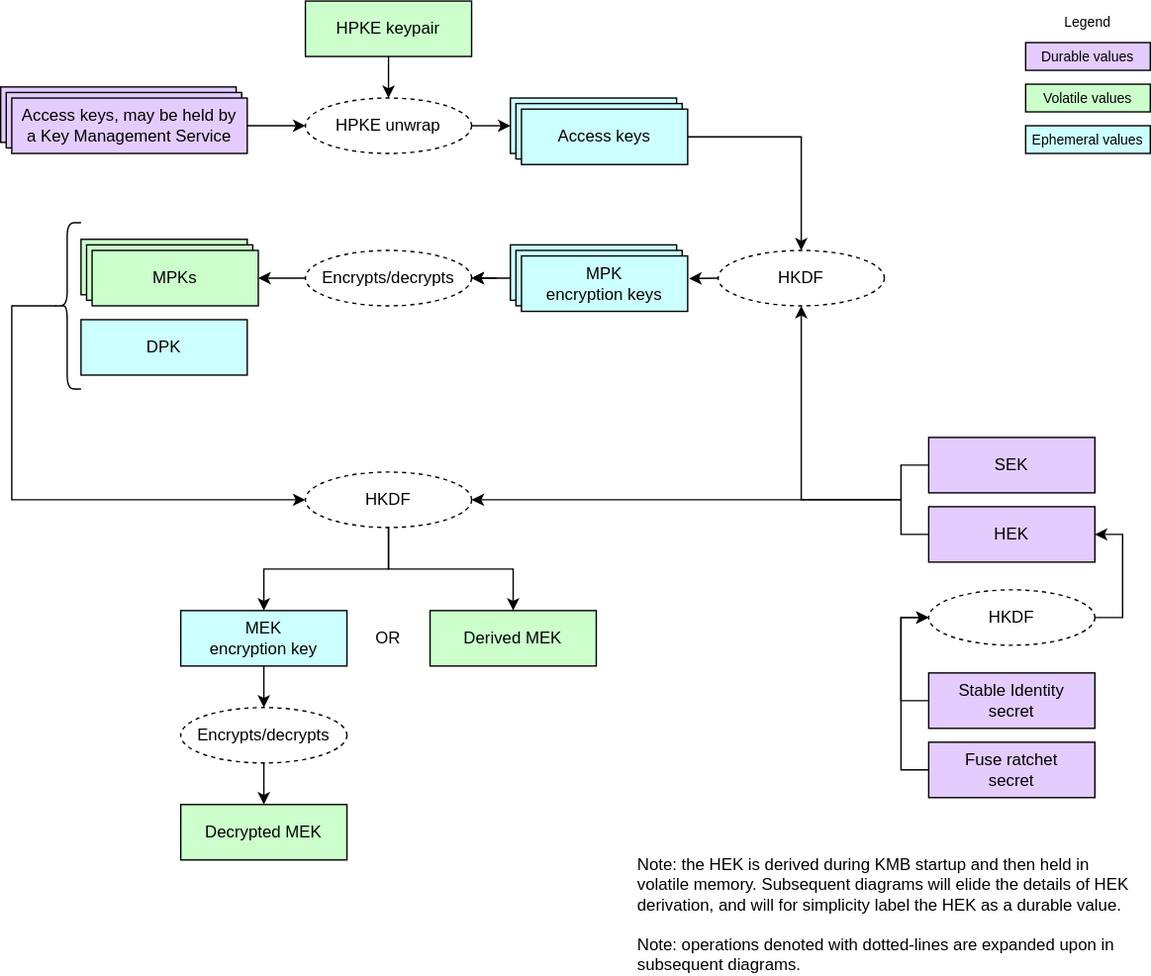
Above: doc/ocp_lock/diagrams/key_hierarchy.drawio.svg in chipsalliance/Caliptra (draw.io), before the change. Source tidied: cells renumbered, new cells last; positions are measured from the earlier drawing's top-left corner, leaving out a move shared by most shapes.
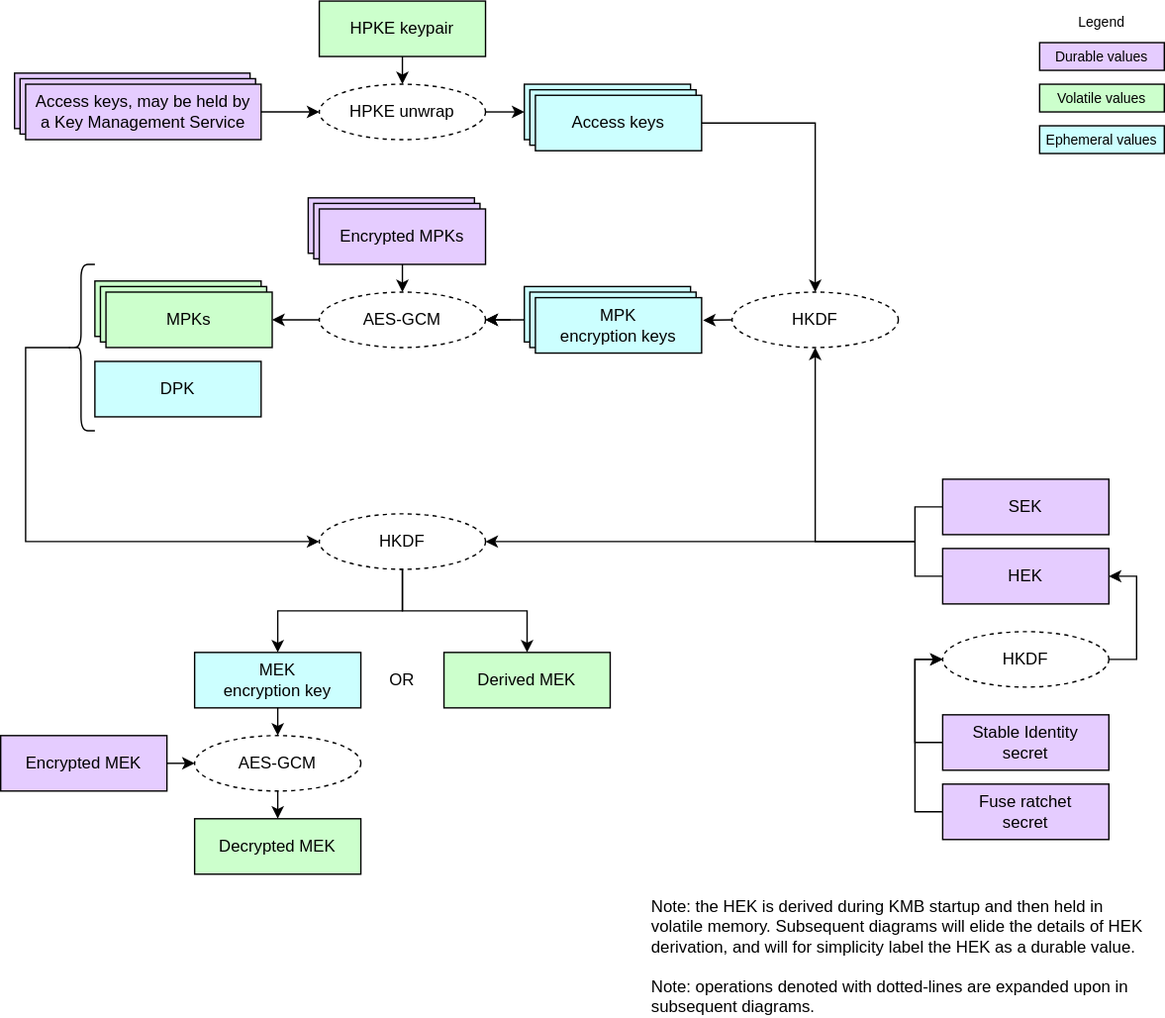
The same diagram one commit later.

Commit message:
Add encrypted keys to the key hierarchy diagram.

Diff of the diagram source:
```diff
@@ -9,10 +9,10 @@
       <mxGeometry x="368" y="176" width="120" height="40" as="geometry" />
     </mxCell>
     <mxCell id="4" value="&lt;div&gt;&lt;font color=&quot;#000000&quot;&gt;Access keys, may be held by Key Management Service&lt;/font&gt;&lt;/div&gt;" style="rounded=0;whiteSpace=wrap;html=1;align=center;verticalAlign=middle;shadow=0;glass=0;spacingLeft=0;spacingBottom=0;spacingTop=0;fillColor=#E5CCFF;" parent="1" vertex="1">
-      <mxGeometry y="62" width="170" height="40" as="geometry" />
+      <mxGeometry y="22" width="170" height="40" as="geometry" />
     </mxCell>
     <mxCell id="5" value="&lt;div&gt;&lt;font color=&quot;#000000&quot;&gt;Access keys, may be held by Key Management Service&lt;/font&gt;&lt;/div&gt;" style="rounded=0;whiteSpace=wrap;html=1;align=center;verticalAlign=middle;shadow=0;glass=0;spacingLeft=0;spacingBottom=0;spacingTop=0;fillColor=#E5CCFF;" parent="1" vertex="1">
-      <mxGeometry x="4" y="66" width="170" height="40" as="geometry" />
+      <mxGeometry x="4" y="26" width="170" height="40" as="geometry" />
     </mxCell>
     <mxCell id="6" value="SEK" style="rounded=0;whiteSpace=wrap;html=1;align=center;verticalAlign=middle;shadow=0;glass=0;spacingLeft=0;spacingBottom=0;spacingTop=0;fillColor=#E5CCFF;" parent="1" vertex="1">
       <mxGeometry x="670" y="315" width="120" height="40" as="geometry" />
@@ -26,12 +26,12 @@
       <mxGeometry x="372" y="180" width="120" height="40" as="geometry" />
     </mxCell>
     <mxCell id="9" value="&lt;div&gt;&lt;font color=&quot;#000000&quot;&gt;Access keys&lt;/font&gt;&lt;/div&gt;" style="rounded=0;whiteSpace=wrap;html=1;align=center;verticalAlign=middle;shadow=0;glass=0;spacingLeft=0;spacingBottom=0;spacingTop=0;fillColor=#CCFFFF;" parent="1" vertex="1">
-      <mxGeometry x="368" y="70" width="120" height="40" as="geometry" />
+      <mxGeometry x="368" y="30" width="120" height="40" as="geometry" />
     </mxCell>
     <mxCell id="10" value="HKDF" style="ellipse;whiteSpace=wrap;html=1;fillColor=#FFFFFF;dashed=1;" parent="1" vertex="1">
       <mxGeometry x="518" y="180" width="120" height="40" as="geometry" />
     </mxCell>
-    <mxCell id="11" value="Encrypts/decrypts" style="ellipse;whiteSpace=wrap;html=1;fillColor=#FFFFFF;dashed=1;" parent="1" vertex="1">
+    <mxCell id="11" value="&lt;span style=&quot;color: rgb(0, 0, 0);&quot;&gt;AES-GCM&lt;/span&gt;" style="ellipse;whiteSpace=wrap;html=1;fillColor=#FFFFFF;dashed=1;" parent="1" vertex="1">
       <mxGeometry x="220" y="180" width="120" height="40" as="geometry" />
     </mxCell>
     <mxCell id="12" style="endArrow=classic;html=1;exitX=0;exitY=0.5;exitDx=0;exitDy=0;entryX=1.009;entryY=0.408;entryDx=0;entryDy=0;entryPerimeter=0;endSize=6;startSize=6;" parent="1" edge="1" source="10" target="36">
@@ -44,10 +44,10 @@
       <mxGeometry relative="1" as="geometry" />
     </mxCell>
     <mxCell id="15" value="&lt;div&gt;&lt;font color=&quot;#000000&quot;&gt;HPKE keypair&lt;/font&gt;&lt;/div&gt;" style="rounded=0;whiteSpace=wrap;html=1;align=center;verticalAlign=middle;shadow=0;glass=0;spacingLeft=0;spacingBottom=0;spacingTop=0;fillColor=#CCFFCC;" parent="1" vertex="1">
-      <mxGeometry x="220" width="120" height="40" as="geometry" />
+      <mxGeometry x="220" y="-30" width="120" height="40" as="geometry" />
     </mxCell>
     <mxCell id="16" value="HPKE unwrap" style="ellipse;whiteSpace=wrap;html=1;fillColor=#FFFFFF;dashed=1;" parent="1" vertex="1">
-      <mxGeometry x="220" y="70" width="120" height="40" as="geometry" />
+      <mxGeometry x="220" y="30" width="120" height="40" as="geometry" />
     </mxCell>
     <mxCell id="17" style="endArrow=classic;html=1;rounded=0;endSize=6;startSize=6;exitX=0.5;exitY=1;exitDx=0;exitDy=0;entryX=0.5;entryY=0;entryDx=0;entryDy=0;" parent="1" edge="1" source="15" target="16">
       <mxGeometry relative="1" as="geometry" />
@@ -59,19 +59,19 @@
       <mxGeometry relative="1" as="geometry" />
     </mxCell>
     <mxCell id="20" value="&lt;div&gt;&lt;font color=&quot;#000000&quot;&gt;Access keys, may be held by&lt;/font&gt;&lt;/div&gt;&lt;div&gt;&lt;font color=&quot;#000000&quot;&gt;a Key Management Service&lt;/font&gt;&lt;/div&gt;" style="rounded=0;whiteSpace=wrap;html=1;align=center;verticalAlign=middle;shadow=0;glass=0;spacingLeft=0;spacingBottom=0;spacingTop=0;fillColor=#E5CCFF;" parent="1" vertex="1">
-      <mxGeometry x="8" y="70" width="170" height="40" as="geometry" />
+      <mxGeometry x="8" y="30" width="170" height="40" as="geometry" />
     </mxCell>
     <mxCell id="21" value="&lt;div&gt;&lt;font color=&quot;#000000&quot;&gt;Durable values&lt;/font&gt;&lt;/div&gt;" style="rounded=0;whiteSpace=wrap;html=1;align=center;verticalAlign=middle;shadow=0;glass=0;spacingLeft=0;spacingBottom=0;spacingTop=0;fillColor=#E5CCFF;fontSize=10;" parent="1" vertex="1">
-      <mxGeometry x="740" y="30" width="90" height="20" as="geometry" />
+      <mxGeometry x="740" width="90" height="20" as="geometry" />
     </mxCell>
     <mxCell id="22" value="&lt;div&gt;&lt;font color=&quot;#000000&quot;&gt;Volatile values&lt;/font&gt;&lt;/div&gt;" style="rounded=0;whiteSpace=wrap;html=1;align=center;verticalAlign=middle;shadow=0;glass=0;spacingLeft=0;spacingBottom=0;spacingTop=0;fillColor=#CCFFCC;fontSize=10;" parent="1" vertex="1">
-      <mxGeometry x="740" y="60" width="90" height="20" as="geometry" />
+      <mxGeometry x="740" y="30" width="90" height="20" as="geometry" />
     </mxCell>
     <mxCell id="23" value="Legend" style="text;strokeColor=none;align=center;fillColor=none;html=1;verticalAlign=middle;whiteSpace=wrap;rounded=0;fontSize=10;" parent="1" vertex="1">
-      <mxGeometry x="755" width="60" height="30" as="geometry" />
+      <mxGeometry x="755" y="-30" width="60" height="30" as="geometry" />
     </mxCell>
     <mxCell id="24" value="&lt;div&gt;&lt;font color=&quot;#000000&quot;&gt;Ephemeral values&lt;/font&gt;&lt;/div&gt;" style="rounded=0;whiteSpace=wrap;html=1;align=center;verticalAlign=middle;shadow=0;glass=0;spacingLeft=0;spacingBottom=0;spacingTop=0;fillColor=#CCFFFF;fontSize=10;" parent="1" vertex="1">
-      <mxGeometry x="740" y="90" width="90" height="20" as="geometry" />
+      <mxGeometry x="740" y="60" width="90" height="20" as="geometry" />
     </mxCell>
     <mxCell id="25" style="rounded=0;whiteSpace=wrap;html=1;align=center;verticalAlign=middle;shadow=0;glass=0;spacingLeft=0;spacingBottom=0;spacingTop=0;fillColor=#CCFFCC;" parent="1" vertex="1">
       <mxGeometry x="58" y="172" width="120" height="40" as="geometry" />
@@ -106,10 +106,10 @@
       <mxGeometry relative="1" as="geometry" />
     </mxCell>
     <mxCell id="34" value="&lt;div&gt;&lt;font color=&quot;#000000&quot;&gt;Access keys&lt;/font&gt;&lt;/div&gt;" style="rounded=0;whiteSpace=wrap;html=1;align=center;verticalAlign=middle;shadow=0;glass=0;spacingLeft=0;spacingBottom=0;spacingTop=0;fillColor=#CCFFFF;" parent="1" vertex="1">
-      <mxGeometry x="372" y="74" width="120" height="40" as="geometry" />
+      <mxGeometry x="372" y="34" width="120" height="40" as="geometry" />
     </mxCell>
     <mxCell id="35" value="&lt;div&gt;&lt;font color=&quot;#000000&quot;&gt;Access keys&lt;/font&gt;&lt;/div&gt;" style="rounded=0;whiteSpace=wrap;html=1;align=center;verticalAlign=middle;shadow=0;glass=0;spacingLeft=0;spacingBottom=0;spacingTop=0;fillColor=#CCFFFF;" parent="1" vertex="1">
-      <mxGeometry x="376" y="78" width="120" height="40" as="geometry" />
+      <mxGeometry x="376" y="38" width="120" height="40" as="geometry" />
     </mxCell>
     <mxCell id="36" value="&lt;div&gt;&lt;font color=&quot;#000000&quot;&gt;MPK&lt;/font&gt;&lt;/div&gt;&lt;div&gt;&lt;font color=&quot;#000000&quot;&gt;encryption keys&lt;/font&gt;&lt;/div&gt;" style="rounded=0;whiteSpace=wrap;html=1;align=center;verticalAlign=middle;shadow=0;glass=0;spacingLeft=0;spacingBottom=0;spacingTop=0;fillColor=#CCFFFF;" parent="1" vertex="1">
       <mxGeometry x="376" y="184" width="120" height="40" as="geometry" />
@@ -175,13 +175,13 @@
       </mxGeometry>
     </mxCell>
     <mxCell id="48" value="Decrypted MEK" style="rounded=0;whiteSpace=wrap;html=1;align=center;verticalAlign=middle;shadow=0;glass=0;spacingLeft=0;spacingBottom=0;spacingTop=0;fillColor=#CCFFCC;" parent="1" vertex="1">
-      <mxGeometry x="130" y="580" width="120" height="40" as="geometry" />
+      <mxGeometry x="130" y="560" width="120" height="40" as="geometry" />
     </mxCell>
     <mxCell id="49" style="edgeStyle=none;html=1;endSize=6;startSize=6;exitX=0.5;exitY=1;exitDx=0;exitDy=0;" parent="1" edge="1" source="30" target="50">
       <mxGeometry relative="1" as="geometry" />
     </mxCell>
-    <mxCell id="50" value="Encrypts/decrypts" style="ellipse;whiteSpace=wrap;html=1;fillColor=#FFFFFF;dashed=1;" parent="1" vertex="1">
-      <mxGeometry x="130" y="510" width="120" height="40" as="geometry" />
+    <mxCell id="50" value="AES-GCM" style="ellipse;whiteSpace=wrap;html=1;fillColor=#FFFFFF;dashed=1;" parent="1" vertex="1">
+      <mxGeometry x="130" y="500" width="120" height="40" as="geometry" />
     </mxCell>
     <mxCell id="51" style="endArrow=classic;html=1;exitX=0.5;exitY=1;exitDx=0;exitDy=0;entryX=0.5;entryY=0;entryDx=0;entryDy=0;endSize=6;startSize=6;" parent="1" edge="1" source="50" target="48">
       <mxGeometry relative="1" as="geometry" />
@@ -198,5 +198,23 @@
         </Array>
       </mxGeometry>
     </mxCell>
+    <mxCell id="54" style="edgeStyle=none;html=1;exitX=1;exitY=0.5;exitDx=0;exitDy=0;entryX=0;entryY=0.5;entryDx=0;entryDy=0;" parent="1" edge="1" source="55" target="50">
+      <mxGeometry relative="1" as="geometry" />
+    </mxCell>
+    <mxCell id="55" value="Encrypted MEK" style="rounded=0;whiteSpace=wrap;html=1;align=center;verticalAlign=middle;shadow=0;glass=0;spacingLeft=0;spacingBottom=0;spacingTop=0;fillColor=#E5CCFF;" parent="1" vertex="1">
+      <mxGeometry x="-10" y="500" width="120" height="40" as="geometry" />
+    </mxCell>
+    <mxCell id="56" style="rounded=0;whiteSpace=wrap;html=1;align=center;verticalAlign=middle;shadow=0;glass=0;spacingLeft=0;spacingBottom=0;spacingTop=0;fillColor=#E5CCFF;" parent="1" vertex="1">
+      <mxGeometry x="212" y="112" width="120" height="40" as="geometry" />
+    </mxCell>
+    <mxCell id="57" style="rounded=0;whiteSpace=wrap;html=1;align=center;verticalAlign=middle;shadow=0;glass=0;spacingLeft=0;spacingBottom=0;spacingTop=0;fillColor=#E5CCFF;" parent="1" vertex="1">
+      <mxGeometry x="216" y="116" width="120" height="40" as="geometry" />
+    </mxCell>
+    <mxCell id="58" style="edgeStyle=none;html=1;exitX=0.5;exitY=1;exitDx=0;exitDy=0;entryX=0.5;entryY=0;entryDx=0;entryDy=0;" parent="1" edge="1" source="59" target="11">
+      <mxGeometry relative="1" as="geometry" />
+    </mxCell>
+    <mxCell id="59" value="&lt;div&gt;&lt;font color=&quot;#000000&quot;&gt;Encrypted MPKs&lt;/font&gt;&lt;/div&gt;" style="rounded=0;whiteSpace=wrap;html=1;align=center;verticalAlign=middle;shadow=0;glass=0;spacingLeft=0;spacingBottom=0;spacingTop=0;fillColor=#E5CCFF;" parent="1" vertex="1">
+      <mxGeometry x="220" y="120" width="120" height="40" as="geometry" />
+    </mxCell>
   </root>
 </mxGraphModel>
```
